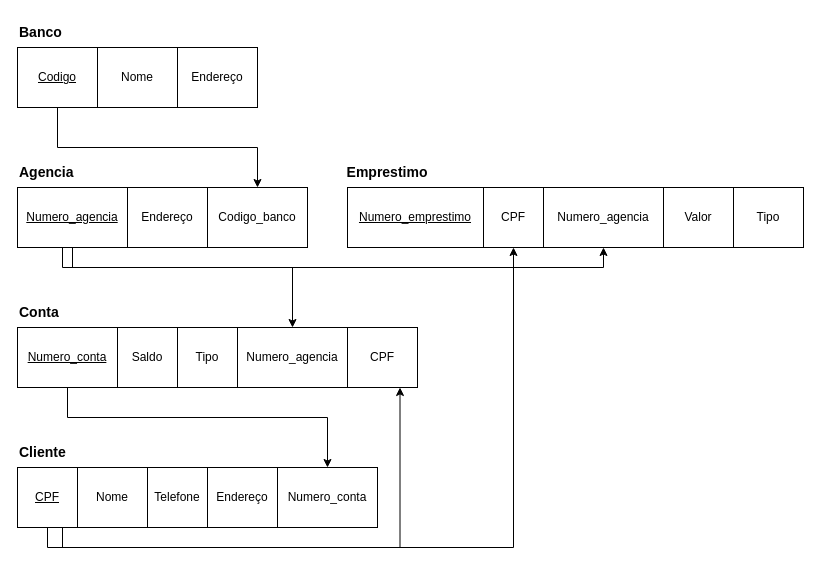
Earlier version of the draw.io diagram ADS202-Mapeamento.drawio (Masso13/ADS202-Exercicios-17032023). Source tidied: cells renumbered, new cells numbered last; positions are measured from the earlier drawing's top-left corner, leaving out a move shared by most shapes. Both pictures are drawn from the tidied source at 100%, with x=0, y=0 at pixel (17, 17).
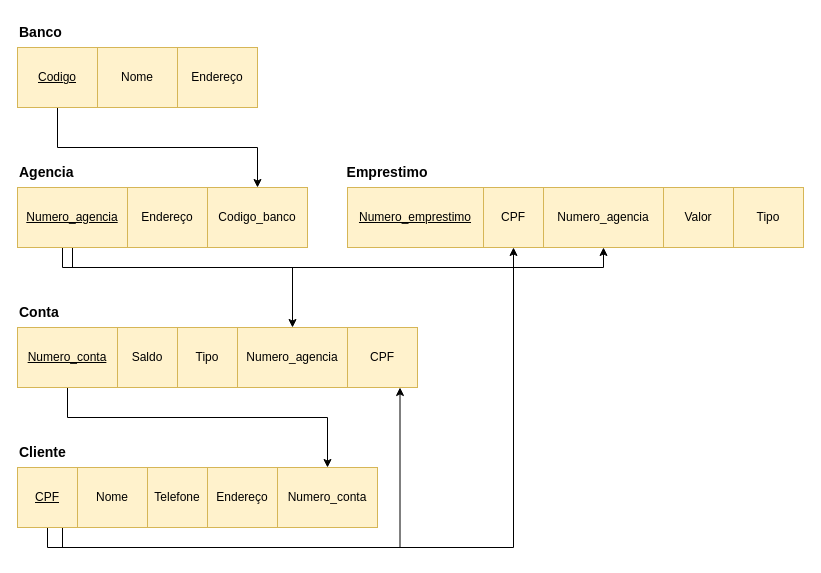
After the change.

Diff of the diagram source:
```diff
@@
-    <mxCell id="4" value="&lt;u&gt;Codigo&lt;/u&gt;" style="rounded=0;whiteSpace=wrap;html=1;" parent="1" vertex="1">
+    <mxCell id="4" value="&lt;u&gt;Codigo&lt;/u&gt;" style="rounded=0;whiteSpace=wrap;html=1;fillColor=#fff2cc;strokeColor=#d6b656;" parent="1" vertex="1">
       <mxGeometry y="30" width="80" height="60" as="geometry" />
     </mxCell>
-    <mxCell id="5" value="Nome" style="rounded=0;whiteSpace=wrap;html=1;" parent="1" vertex="1">
+    <mxCell id="5" value="Nome" style="rounded=0;whiteSpace=wrap;html=1;fillColor=#fff2cc;strokeColor=#d6b656;" parent="1" vertex="1">
       <mxGeometry x="80" y="30" width="80" height="60" as="geometry" />
     </mxCell>
-    <mxCell id="6" value="Endereço" style="rounded=0;whiteSpace=wrap;html=1;" parent="1" vertex="1">
+    <mxCell id="6" value="Endereço" style="rounded=0;whiteSpace=wrap;html=1;fillColor=#fff2cc;strokeColor=#d6b656;" parent="1" vertex="1">
       <mxGeometry x="160" y="30" width="80" height="60" as="geometry" />
     </mxCell>
@@
-    <mxCell id="10" value="&lt;u&gt;Numero_agencia&lt;/u&gt;" style="rounded=0;whiteSpace=wrap;html=1;" parent="1" vertex="1">
+    <mxCell id="10" value="&lt;u&gt;Numero_agencia&lt;/u&gt;" style="rounded=0;whiteSpace=wrap;html=1;fillColor=#fff2cc;strokeColor=#d6b656;" parent="1" vertex="1">
       <mxGeometry y="170" width="110" height="60" as="geometry" />
     </mxCell>
-    <mxCell id="11" value="Endereço" style="rounded=0;whiteSpace=wrap;html=1;" parent="1" vertex="1">
+    <mxCell id="11" value="Endereço" style="rounded=0;whiteSpace=wrap;html=1;fillColor=#fff2cc;strokeColor=#d6b656;" parent="1" vertex="1">
       <mxGeometry x="110" y="170" width="80" height="60" as="geometry" />
     </mxCell>
-    <mxCell id="12" value="Codigo_banco" style="rounded=0;whiteSpace=wrap;html=1;" parent="1" vertex="1">
+    <mxCell id="12" value="Codigo_banco" style="rounded=0;whiteSpace=wrap;html=1;fillColor=#fff2cc;strokeColor=#d6b656;" parent="1" vertex="1">
       <mxGeometry x="190" y="170" width="100" height="60" as="geometry" />
     </mxCell>
@@
-    <mxCell id="16" value="&lt;u&gt;CPF&lt;/u&gt;" style="rounded=0;whiteSpace=wrap;html=1;" parent="1" vertex="1">
+    <mxCell id="16" value="&lt;u&gt;CPF&lt;/u&gt;" style="rounded=0;whiteSpace=wrap;html=1;fillColor=#fff2cc;strokeColor=#d6b656;" parent="1" vertex="1">
       <mxGeometry y="450" width="60" height="60" as="geometry" />
     </mxCell>
-    <mxCell id="17" value="Nome" style="rounded=0;whiteSpace=wrap;html=1;" parent="1" vertex="1">
+    <mxCell id="17" value="Nome" style="rounded=0;whiteSpace=wrap;html=1;fillColor=#fff2cc;strokeColor=#d6b656;" parent="1" vertex="1">
       <mxGeometry x="60" y="450" width="70" height="60" as="geometry" />
     </mxCell>
-    <mxCell id="18" value="Telefone" style="rounded=0;whiteSpace=wrap;html=1;" parent="1" vertex="1">
+    <mxCell id="18" value="Telefone" style="rounded=0;whiteSpace=wrap;html=1;fillColor=#fff2cc;strokeColor=#d6b656;" parent="1" vertex="1">
       <mxGeometry x="130" y="450" width="60" height="60" as="geometry" />
     </mxCell>
-    <mxCell id="19" value="Endereço" style="rounded=0;whiteSpace=wrap;html=1;" parent="1" vertex="1">
+    <mxCell id="19" value="Endereço" style="rounded=0;whiteSpace=wrap;html=1;fillColor=#fff2cc;strokeColor=#d6b656;" parent="1" vertex="1">
       <mxGeometry x="190" y="450" width="70" height="60" as="geometry" />
     </mxCell>
@@
-    <mxCell id="22" value="&lt;u&gt;Numero_conta&lt;/u&gt;" style="rounded=0;whiteSpace=wrap;html=1;" parent="1" vertex="1">
+    <mxCell id="22" value="&lt;u&gt;Numero_conta&lt;/u&gt;" style="rounded=0;whiteSpace=wrap;html=1;fillColor=#fff2cc;strokeColor=#d6b656;" parent="1" vertex="1">
       <mxGeometry y="310" width="100" height="60" as="geometry" />
     </mxCell>
-    <mxCell id="23" value="Saldo" style="rounded=0;whiteSpace=wrap;html=1;" parent="1" vertex="1">
+    <mxCell id="23" value="Saldo" style="rounded=0;whiteSpace=wrap;html=1;fillColor=#fff2cc;strokeColor=#d6b656;" parent="1" vertex="1">
       <mxGeometry x="100" y="310" width="60" height="60" as="geometry" />
     </mxCell>
-    <mxCell id="24" value="Tipo" style="rounded=0;whiteSpace=wrap;html=1;" parent="1" vertex="1">
+    <mxCell id="24" value="Tipo" style="rounded=0;whiteSpace=wrap;html=1;fillColor=#fff2cc;strokeColor=#d6b656;" parent="1" vertex="1">
       <mxGeometry x="160" y="310" width="60" height="60" as="geometry" />
     </mxCell>
-    <mxCell id="25" value="Numero_agencia" style="rounded=0;whiteSpace=wrap;html=1;" parent="1" vertex="1">
+    <mxCell id="25" value="Numero_agencia" style="rounded=0;whiteSpace=wrap;html=1;fillColor=#fff2cc;strokeColor=#d6b656;" parent="1" vertex="1">
       <mxGeometry x="220" y="310" width="110" height="60" as="geometry" />
     </mxCell>
-    <mxCell id="26" value="Numero_conta" style="rounded=0;whiteSpace=wrap;html=1;" parent="1" vertex="1">
+    <mxCell id="26" value="Numero_conta" style="rounded=0;whiteSpace=wrap;html=1;fillColor=#fff2cc;strokeColor=#d6b656;" parent="1" vertex="1">
       <mxGeometry x="260" y="450" width="100" height="60" as="geometry" />
     </mxCell>
@@
-    <mxCell id="28" value="&lt;u&gt;Numero_emprestimo&lt;/u&gt;" style="rounded=0;whiteSpace=wrap;html=1;" parent="1" vertex="1">
+    <mxCell id="28" value="&lt;u&gt;Numero_emprestimo&lt;/u&gt;" style="rounded=0;whiteSpace=wrap;html=1;fillColor=#fff2cc;strokeColor=#d6b656;" parent="1" vertex="1">
       <mxGeometry x="330" y="170" width="136" height="60" as="geometry" />
     </mxCell>
-    <mxCell id="29" value="CPF" style="rounded=0;whiteSpace=wrap;html=1;" parent="1" vertex="1">
+    <mxCell id="29" value="CPF" style="rounded=0;whiteSpace=wrap;html=1;fillColor=#fff2cc;strokeColor=#d6b656;" parent="1" vertex="1">
       <mxGeometry x="466" y="170" width="60" height="60" as="geometry" />
     </mxCell>
-    <mxCell id="30" value="Numero_agencia" style="rounded=0;whiteSpace=wrap;html=1;" parent="1" vertex="1">
+    <mxCell id="30" value="Numero_agencia" style="rounded=0;whiteSpace=wrap;html=1;fillColor=#fff2cc;strokeColor=#d6b656;" parent="1" vertex="1">
       <mxGeometry x="526" y="170" width="120" height="60" as="geometry" />
     </mxCell>
-    <mxCell id="31" value="Valor" style="rounded=0;whiteSpace=wrap;html=1;" parent="1" vertex="1">
+    <mxCell id="31" value="Valor" style="rounded=0;whiteSpace=wrap;html=1;fillColor=#fff2cc;strokeColor=#d6b656;" parent="1" vertex="1">
       <mxGeometry x="646" y="170" width="70" height="60" as="geometry" />
     </mxCell>
-    <mxCell id="32" value="Tipo" style="rounded=0;whiteSpace=wrap;html=1;" parent="1" vertex="1">
+    <mxCell id="32" value="Tipo" style="rounded=0;whiteSpace=wrap;html=1;fillColor=#fff2cc;strokeColor=#d6b656;" parent="1" vertex="1">
       <mxGeometry x="716" y="170" width="70" height="60" as="geometry" />
     </mxCell>
-    <mxCell id="33" value="CPF" style="rounded=0;whiteSpace=wrap;html=1;" parent="1" vertex="1">
+    <mxCell id="33" value="CPF" style="rounded=0;whiteSpace=wrap;html=1;fillColor=#fff2cc;strokeColor=#d6b656;" parent="1" vertex="1">
       <mxGeometry x="330" y="310" width="70" height="60" as="geometry" />
     </mxCell>
```
